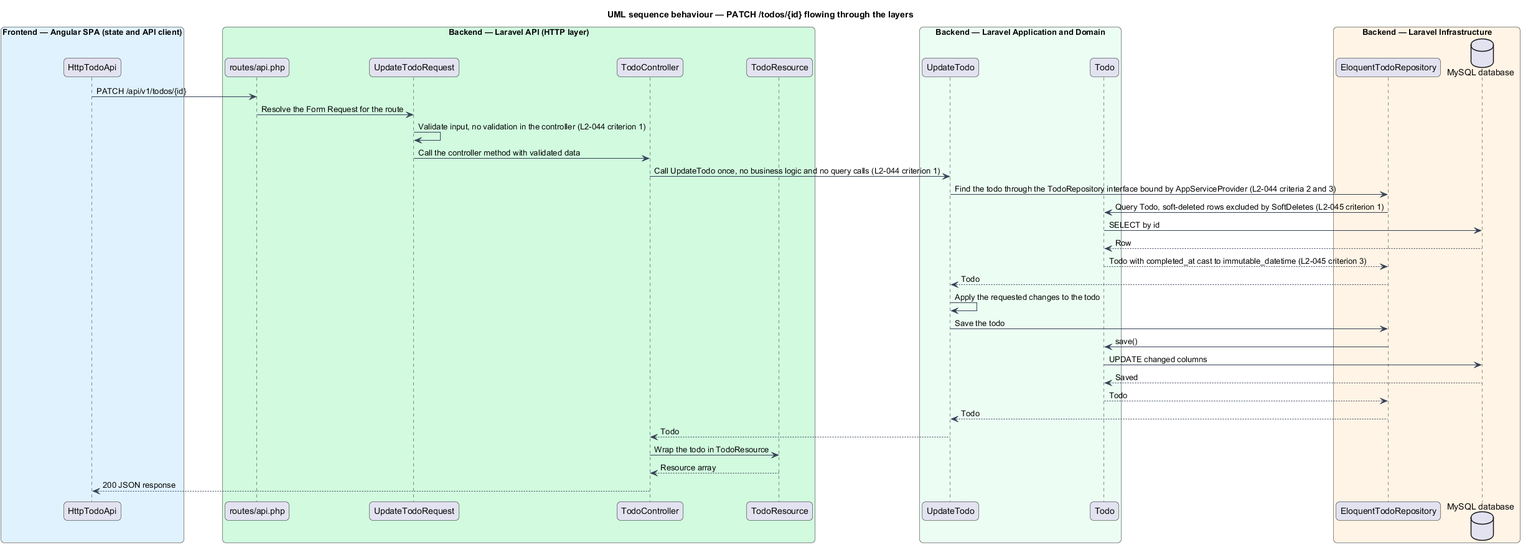
This is docs/detailed-designs/architecture/backend-layering/diagrams/sequence-patch-through-layers.png from QuinntyneBrown/php-todo-lab, a PlantUML export, as it was before one commit. The source it was exported from:
```plantuml
@startuml
title UML sequence behaviour — PATCH /todos/{id} flowing through the layers
skinparam backgroundColor #FFFFFF
skinparam shadowing false
skinparam roundcorner 12
skinparam defaultFontName Arial
skinparam ArrowColor #344054
skinparam rectangle {
  BorderColor #344054
  FontColor #101828
}
skinparam package {
  BorderColor #667085
  FontColor #101828
  BackgroundColor #F9FAFB
}
box "Frontend — Angular SPA (state and API client)" #E0F2FE
  participant "HttpTodoApi" as client
end box
box "Backend — Laravel API (HTTP layer)" #D1FADF
  participant "routes/api.php" as routes
  participant "UpdateTodoRequest" as req
  participant "TodoController" as ctrl
  participant "TodoResource" as res
end box
box "Backend — Laravel Application and Domain" #ECFDF3
  participant "UpdateTodo" as action
  participant "Todo" as model
end box
box "Backend — Laravel Infrastructure" #FFF4E5
  participant "EloquentTodoRepository" as repo
  database "MySQL database" as db
end box
client -> routes : PATCH /api/v1/todos/{id}
routes -> req : Resolve the Form Request for the route
req -> req : Validate input, no validation in the controller (L2-044 criterion 1)
req -> ctrl : Call the controller method with validated data
ctrl -> action : Call UpdateTodo once, no business logic and no query calls (L2-044 criterion 1)
action -> repo : Find the todo through the TodoRepository interface bound by AppServiceProvider (L2-044 criteria 2 and 3)
repo -> model : Query Todo, soft-deleted rows excluded by SoftDeletes (L2-045 criterion 1)
model -> db : SELECT by id
db --> model : Row
model --> repo : Todo with completed_at cast to immutable_datetime (L2-045 criterion 3)
repo --> action : Todo
action -> action : Apply the requested changes to the todo
action -> repo : Save the todo
repo -> model : save()
model -> db : UPDATE changed columns
db --> model : Saved
model --> repo : Todo
repo --> action : Todo
action --> ctrl : Todo
ctrl -> res : Wrap the todo in TodoResource
res --> ctrl : Resource array
ctrl --> client : 200 JSON response
@enduml
```
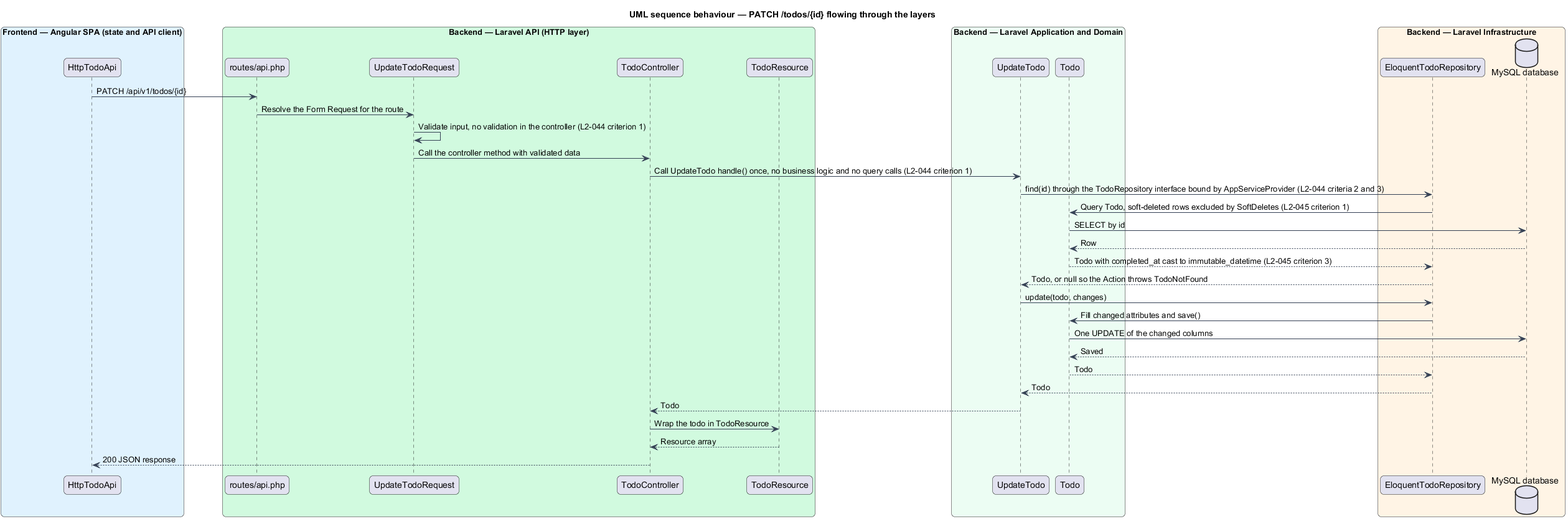
Above is the later version.

Diff of the diagram source:
```diff
@@ -35,17 +35,16 @@
 routes -> req : Resolve the Form Request for the route
 req -> req : Validate input, no validation in the controller (L2-044 criterion 1)
 req -> ctrl : Call the controller method with validated data
-ctrl -> action : Call UpdateTodo once, no business logic and no query calls (L2-044 criterion 1)
-action -> repo : Find the todo through the TodoRepository interface bound by AppServiceProvider (L2-044 criteria 2 and 3)
+ctrl -> action : Call UpdateTodo handle() once, no business logic and no query calls (L2-044 criterion 1)
+action -> repo : find(id) through the TodoRepository interface bound by AppServiceProvider (L2-044 criteria 2 and 3)
 repo -> model : Query Todo, soft-deleted rows excluded by SoftDeletes (L2-045 criterion 1)
 model -> db : SELECT by id
 db --> model : Row
 model --> repo : Todo with completed_at cast to immutable_datetime (L2-045 criterion 3)
-repo --> action : Todo
-action -> action : Apply the requested changes to the todo
-action -> repo : Save the todo
-repo -> model : save()
-model -> db : UPDATE changed columns
+repo --> action : Todo, or null so the Action throws TodoNotFound
+action -> repo : update(todo, changes)
+repo -> model : Fill changed attributes and save()
+model -> db : One UPDATE of the changed columns
 db --> model : Saved
 model --> repo : Todo
 repo --> action : Todo
```
